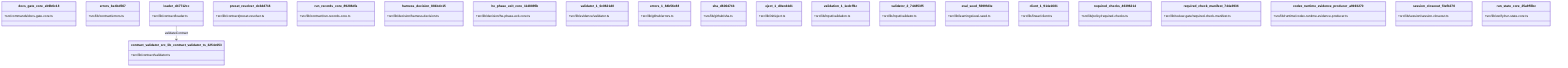
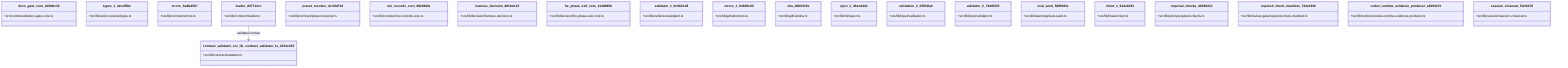
classDiagram
  class docs_gate_core_eb9b6c18 {
    +src/commands/docs-gate-core.ts
+   }
+   class types_1_4ecdf56e {
+     +src/lib/action-review/types.ts
  }
  class errors_be4bd567 {
    +src/lib/contract/errors.ts
  }
  class loader_d47712cc {
    +src/lib/contract/loader.ts
  }
  class preset_resolver_dc3dd716 {
    +src/lib/contract/preset-resolver.ts
  }
  class run_records_core_89286dfa {
    +src/lib/contract/run-records-core.ts
  }
  class harness_decision_881bdc15 {
    +src/lib/decision/harness-decision.ts
  }
  class he_phase_exit_core_1148895b {
    +src/lib/decision/he-phase-exit-core.ts
  }
  class validator_1_0c0621d8 {
    +src/lib/evidence/validator.ts
  }
  class errors_1_84b56c88 {
    +src/lib/github/errors.ts
  }
  class sha_d600474b {
    +src/lib/github/sha.ts
  }
  class eject_1_d0ecd4d1 {
    +src/lib/init/eject.ts
  }
-   class validation_1_1edcff1c {
+   class validation_2_05f5dfa0 {
    +src/lib/input/validation.ts
  }
  class validator_2_744853f5 {
    +src/lib/input/validator.ts
  }
  class eval_seed_5699fd3e {
    +src/lib/learnings/eval-seed.ts
  }
  class client_1_914e1681 {
    +src/lib/linear/client.ts
  }
  class required_checks_46396214 {
    +src/lib/policy/required-checks.ts
  }
  class required_check_manifest_744e3936 {
    +src/lib/review-gate/required-check-manifest.ts
  }
  class codex_runtime_evidence_producer_a9193270 {
    +src/lib/runtime/codex-runtime-evidence-producer.ts
  }
  class session_closeout_f3efb270 {
    +src/lib/session/session-closeout.ts
  }
-   class run_state_core_25a955bc {
-     +src/lib/verify/run-state-core.ts
-   }
  class contract_validator_src_lib_contract_validator_ts_3254c053 {
    +src/lib/contract/validator.ts
  }
  loader_d47712cc --> contract_validator_src_lib_contract_validator_ts_3254c053 : validateContract
